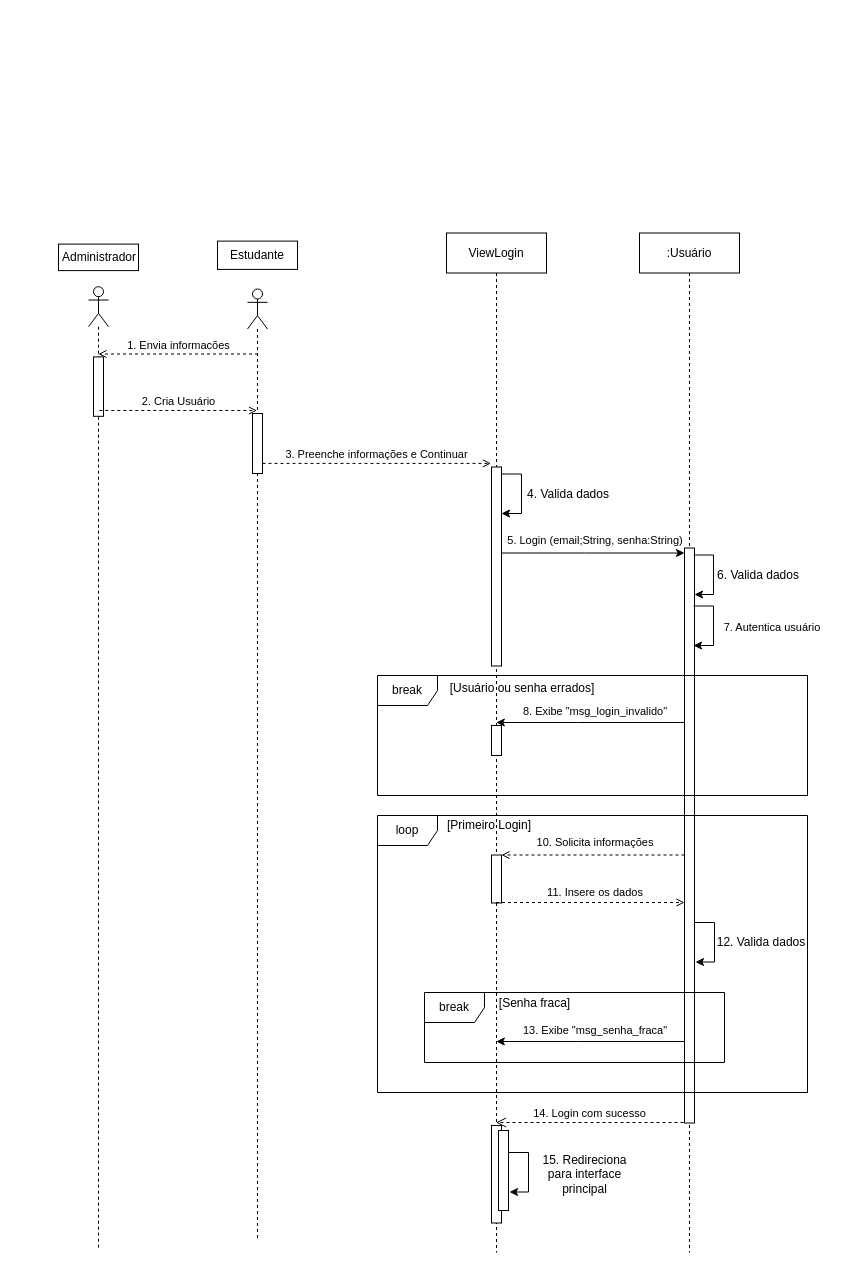
Above: DiagramaSequencia.drawio in augustorazani/QENEM-UML-Diagram (draw.io), before the change. Source tidied: cells renumbered, new cells numbered last; positions are measured from the earlier drawing's top-left corner, leaving out a move shared by most shapes. Both pictures are drawn from the tidied source at 100%, with x=0, y=0 at pixel (58, 135).
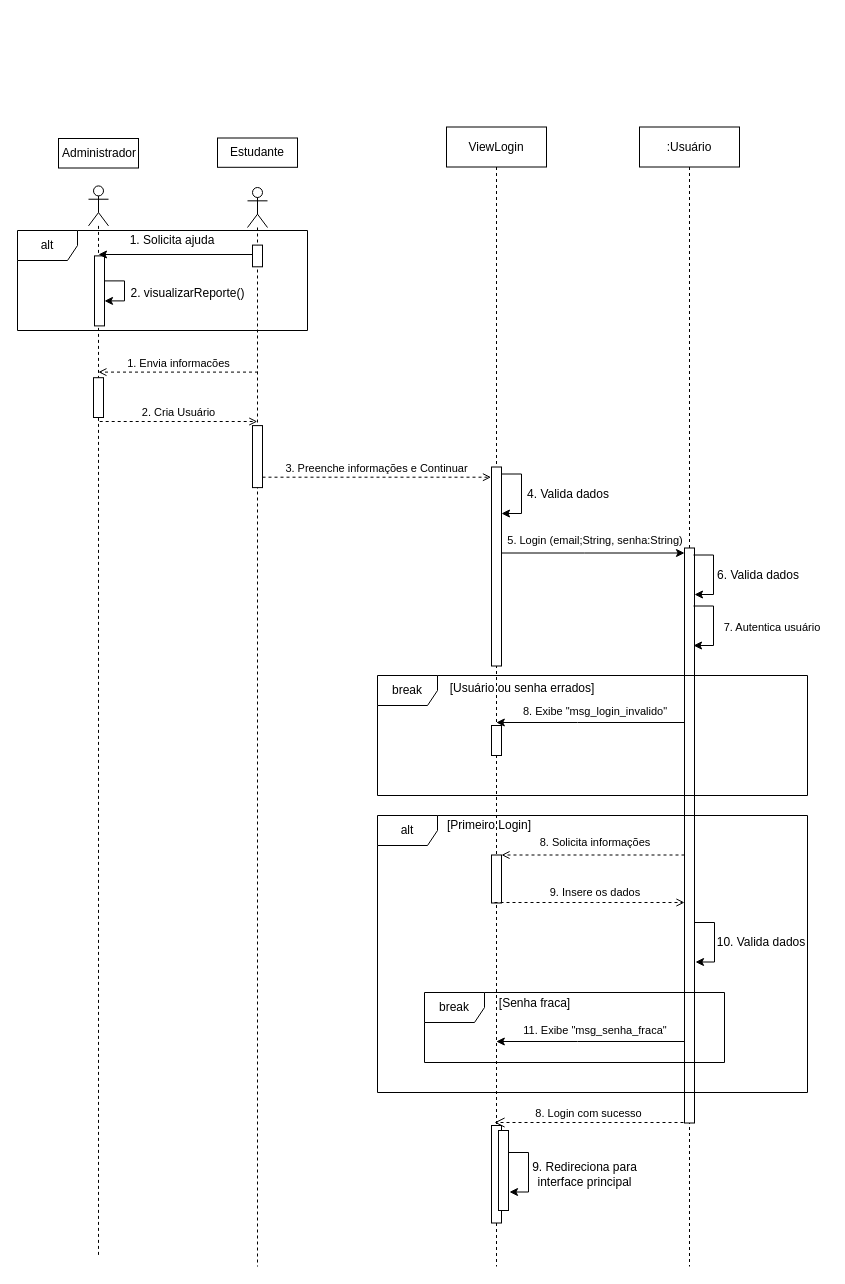
After the change.

Diff of the diagram source:
```diff
@@
     <mxCell id="2" style="group;" parent="1" vertex="1">
-      <mxGeometry x="9" width="80" height="1057" as="geometry" />
+      <mxGeometry x="9" y="-118" width="191" height="1177" as="geometry" />
     </mxCell>
     <mxCell id="3" style="rounded=0;whiteSpace=wrap;html=1;" parent="2" vertex="1">
-      <mxGeometry x="-9" y="108.6" width="80" height="26.5" as="geometry" />
+      <mxGeometry x="-9" y="121" width="80" height="29.5" as="geometry" />
     </mxCell>
     <mxCell id="4" style="shape=umlLifeline;perimeter=lifelinePerimeter;whiteSpace=wrap;html=1;newEdgeStyle={&quot;curved&quot;:0,&quot;rounded&quot;:0};participant=umlActor;" parent="2" vertex="1">
-      <mxGeometry x="21" y="151.2" width="20" height="960.9" as="geometry" />
+      <mxGeometry x="21" y="168.4" width="20" height="1070" as="geometry" />
     </mxCell>
+    <mxCell id="51" style="html=1;points=[[0,0,0,0,5],[0,1,0,0,-5],[1,0,0,0,5],[1,1,0,0,-5]];perimeter=orthogonalPerimeter;outlineConnect=0;targetShapes=umlLifeline;portConstraint=eastwest;newEdgeStyle={&quot;curved&quot;:0,&quot;rounded&quot;:0};" parent="4" vertex="1">
+      <mxGeometry x="6" y="70" width="10" height="70" as="geometry" />
+    </mxCell>
+    <mxCell id="52" style="edgeStyle=orthogonalEdgeStyle;rounded=0;orthogonalLoop=1;jettySize=auto;html=1;curved=0;" parent="4" edge="1" source="51" target="51">
+      <mxGeometry relative="1" as="geometry" />
+    </mxCell>
     <mxCell id="5" value="Administrador" style="text;html=1;align=center;verticalAlign=middle;whiteSpace=wrap;rounded=0;" parent="2" vertex="1">
-      <mxGeometry x="-8" y="73.8" width="80" height="96.1" as="geometry" />
+      <mxGeometry x="-8" y="82.2" width="80" height="107" as="geometry" />
     </mxCell>
     <mxCell id="6" style="html=1;perimeter=orthogonalPerimeter;targetShapes=umlLifeline;newEdgeStyle={&quot;curved&quot;:0,&quot;rounded&quot;:0};" parent="2" vertex="1">
-      <mxGeometry x="26" y="221.4" width="10" height="59.4" as="geometry" />
+      <mxGeometry x="26" y="360.2" width="10" height="39.8" as="geometry" />
     </mxCell>
+    <mxCell id="53" value="1. Solicita ajuda" style="text;html=1;align=center;verticalAlign=middle;whiteSpace=wrap;rounded=0;" parent="2" vertex="1">
+      <mxGeometry x="60" y="206.5" width="90" height="33.4" as="geometry" />
+    </mxCell>
+    <mxCell id="54" value="2. visualizarReporte()" style="text;html=1;align=center;verticalAlign=middle;whiteSpace=wrap;rounded=0;" parent="2" vertex="1">
+      <mxGeometry x="61" y="259.6" width="119" height="33.4" as="geometry" />
+    </mxCell>
+    <mxCell id="47" value="2. Cria Usuário" style="html=1;verticalAlign=bottom;endArrow=open;curved=0;rounded=0;dashed=1;endFill=0;" parent="2" edge="1">
+      <mxGeometry relative="1" as="geometry">
+        <mxPoint x="32.2" y="404" as="sourcePoint" />
+        <mxPoint x="189.8" y="404" as="targetPoint" />
+      </mxGeometry>
+    </mxCell>
     <mxCell id="7" style="group;" parent="1" vertex="1">
-      <mxGeometry x="164" y="18" width="80" height="1052" as="geometry" />
+      <mxGeometry x="164" y="-88" width="80" height="1219" as="geometry" />
     </mxCell>
     <mxCell id="8" style="shape=umlLifeline;perimeter=lifelinePerimeter;whiteSpace=wrap;html=1;newEdgeStyle={&quot;curved&quot;:0,&quot;rounded&quot;:0};participant=umlActor;" parent="7" vertex="1">
-      <mxGeometry x="25" y="135.5" width="20" height="950.6" as="geometry" />
+      <mxGeometry x="25" y="140" width="20" height="1079" as="geometry" />
     </mxCell>
     <mxCell id="9" value="3. Preenche informações e Continuar" style="html=1;verticalAlign=bottom;endArrow=open;curved=0;rounded=0;dashed=1;endFill=0;" parent="7" edge="1">
       <mxGeometry relative="1" as="geometry">
-        <mxPoint x="40" y="309.9" as="sourcePoint" />
-        <mxPoint x="268.5" y="309.9" as="targetPoint" />
+        <mxPoint x="40" y="429.7" as="sourcePoint" />
+        <mxPoint x="268.5" y="429.7" as="targetPoint" />
       </mxGeometry>
     </mxCell>
     <mxCell id="10" value="1. Envia informacões" style="html=1;verticalAlign=bottom;endArrow=open;curved=0;rounded=0;dashed=1;endFill=0;" parent="7" edge="1">
       <mxGeometry relative="1" as="geometry">
-        <mxPoint x="35.5" y="200.5" as="sourcePoint" />
-        <mxPoint x="-124.1" y="200.5" as="targetPoint" />
+        <mxPoint x="35.5" y="324.6" as="sourcePoint" />
+        <mxPoint x="-124.1" y="324.6" as="targetPoint" />
       </mxGeometry>
     </mxCell>
     <mxCell id="11" style="group;" parent="7" vertex="1">
-      <mxGeometry x="-5" y="66.5" width="80" height="70.5" as="geometry" />
+      <mxGeometry x="-5" y="68.7" width="80" height="72.8" as="geometry" />
     </mxCell>
     <mxCell id="12" style="rounded=0;whiteSpace=wrap;html=1;" parent="11" vertex="1">
-      <mxGeometry y="21.1" width="80" height="28.3" as="geometry" />
+      <mxGeometry y="21.8" width="80" height="29.3" as="geometry" />
     </mxCell>
     <mxCell id="13" value="Estudante" style="text;html=1;align=center;verticalAlign=middle;whiteSpace=wrap;rounded=0;" parent="11" vertex="1">
-      <mxGeometry width="80" height="70.5" as="geometry" />
+      <mxGeometry width="80" height="72.8" as="geometry" />
     </mxCell>
     <mxCell id="14" style="html=1;perimeter=orthogonalPerimeter;targetShapes=umlLifeline;newEdgeStyle={&quot;curved&quot;:0,&quot;rounded&quot;:0};" parent="7" vertex="1">
-      <mxGeometry x="30" y="260" width="10" height="60" as="geometry" />
+      <mxGeometry x="30" y="378.1" width="10" height="62" as="geometry" />
     </mxCell>
+    <mxCell id="55" style="html=1;perimeter=orthogonalPerimeter;targetShapes=umlLifeline;newEdgeStyle={&quot;curved&quot;:0,&quot;rounded&quot;:0};" parent="7" vertex="1">
+      <mxGeometry x="30" y="197.6" width="10" height="21.7" as="geometry" />
+    </mxCell>
@@
     <mxCell id="16" value=":Usuário" style="shape=umlLifeline;perimeter=lifelinePerimeter;whiteSpace=wrap;html=1;newEdgeStyle={&quot;curved&quot;:0,&quot;rounded&quot;:0};" parent="1" vertex="1">
-      <mxGeometry x="581" y="97.5" width="100" height="1019.5" as="geometry" />
+      <mxGeometry x="581" y="-8.5" width="100" height="1139.5" as="geometry" />
     </mxCell>
     <mxCell id="17" style="html=1;points=[[0,0,0,0,5],[0,1,0,0,-5],[1,0,0,0,5],[1,1,0,0,-5]];perimeter=orthogonalPerimeter;outlineConnect=0;targetShapes=umlLifeline;portConstraint=eastwest;newEdgeStyle={&quot;curved&quot;:0,&quot;rounded&quot;:0};" parent="16" vertex="1">
-      <mxGeometry x="45" y="315" width="10" height="575" as="geometry" />
+      <mxGeometry x="45" y="421" width="10" height="575" as="geometry" />
     </mxCell>
@@
     <mxCell id="22" value="ViewLogin" style="shape=umlLifeline;perimeter=lifelinePerimeter;whiteSpace=wrap;html=1;outlineConnect=0;portConstraint=eastwest;newEdgeStyle={&quot;curved&quot;:0,&quot;rounded&quot;:0};" parent="1" vertex="1">
-      <mxGeometry x="388" y="97.5" width="100" height="1019.5" as="geometry" />
+      <mxGeometry x="388" y="-8.5" width="100" height="1139.5" as="geometry" />
     </mxCell>
     <mxCell id="23" style="html=1;points=[[0,0,0,0,5],[0,1,0,0,-5],[1,0,0,0,5],[1,1,0,0,-5]];perimeter=orthogonalPerimeter;outlineConnect=0;targetShapes=umlLifeline;portConstraint=eastwest;newEdgeStyle={&quot;curved&quot;:0,&quot;rounded&quot;:0};" parent="22" vertex="1">
-      <mxGeometry x="45" y="234" width="10" height="199" as="geometry" />
+      <mxGeometry x="45" y="340" width="10" height="199" as="geometry" />
     </mxCell>
     <mxCell id="24" style="html=1;points=[[0,0,0,0,5],[0,1,0,0,-5],[1,0,0,0,5],[1,1,0,0,-5]];perimeter=orthogonalPerimeter;outlineConnect=0;targetShapes=umlLifeline;portConstraint=eastwest;newEdgeStyle={&quot;curved&quot;:0,&quot;rounded&quot;:0};" parent="22" vertex="1">
-      <mxGeometry x="45" y="622" width="10" height="48" as="geometry" />
+      <mxGeometry x="45" y="728" width="10" height="48" as="geometry" />
     </mxCell>
     <mxCell id="25" style="html=1;perimeter=orthogonalPerimeter;targetShapes=umlLifeline;newEdgeStyle={&quot;curved&quot;:0,&quot;rounded&quot;:0};" parent="22" vertex="1">
-      <mxGeometry x="45" y="892.5" width="10" height="97.5" as="geometry" />
+      <mxGeometry x="45" y="998.5" width="10" height="97.5" as="geometry" />
     </mxCell>
     <mxCell id="26" style="html=1;perimeter=orthogonalPerimeter;targetShapes=umlLifeline;newEdgeStyle={&quot;curved&quot;:0,&quot;rounded&quot;:0};" parent="22" vertex="1">
-      <mxGeometry x="52" y="897.5" width="10" height="80" as="geometry" />
+      <mxGeometry x="52" y="1003.5" width="10" height="80" as="geometry" />
     </mxCell>
@@
-    <mxCell id="30" value="&lt;span style=&quot;font-size: 11px; text-wrap-mode: nowrap; background-color: rgb(255, 255, 255);&quot;&gt;10. Solicita informações&lt;/span&gt;" style="text;html=1;align=center;verticalAlign=middle;whiteSpace=wrap;rounded=0;" parent="1" vertex="1">
+    <mxCell id="30" value="&lt;span style=&quot;font-size: 11px; text-wrap-mode: nowrap; background-color: rgb(255, 255, 255);&quot;&gt;8. Solicita informações&lt;/span&gt;" style="text;html=1;align=center;verticalAlign=middle;whiteSpace=wrap;rounded=0;" parent="1" vertex="1">
       <mxGeometry x="482" y="697" width="110" height="20" as="geometry" />
     </mxCell>
@@
-    <mxCell id="36" value="loop" style="shape=umlFrame;whiteSpace=wrap;html=1;" parent="1" vertex="1">
+    <mxCell id="36" value="alt" style="shape=umlFrame;whiteSpace=wrap;html=1;" parent="1" vertex="1">
       <mxGeometry x="319" y="680" width="430" height="277" as="geometry" />
     </mxCell>
@@
-    <mxCell id="39" style="endArrow=open;html=1;rounded=0;dashed=1;endFill=0;" parent="1" edge="1" source="22" target="17">
+    <mxCell id="39" style="endArrow=open;html=1;rounded=0;dashed=1;endFill=0;" parent="1" edge="1" target="17">
       <mxGeometry relative="1" as="geometry">
+        <mxPoint x="436" y="767" as="sourcePoint" />
         <Array as="points">
           <mxPoint x="539" y="767" />
         </Array>
       </mxGeometry>
     </mxCell>
-    <mxCell id="40" value="&lt;span style=&quot;font-size: 11px; text-wrap-mode: nowrap; background-color: rgb(255, 255, 255);&quot;&gt;11. Insere os dados&lt;/span&gt;" style="text;html=1;align=center;verticalAlign=middle;whiteSpace=wrap;rounded=0;" parent="1" vertex="1">
+    <mxCell id="40" value="&lt;span style=&quot;font-size: 11px; text-wrap-mode: nowrap; background-color: rgb(255, 255, 255);&quot;&gt;9. Insere os dados&lt;/span&gt;" style="text;html=1;align=center;verticalAlign=middle;whiteSpace=wrap;rounded=0;" parent="1" vertex="1">
       <mxGeometry x="482" y="747" width="110" height="20" as="geometry" />
     </mxCell>
-    <mxCell id="41" value="12. Valida dados" style="text;html=1;align=center;verticalAlign=middle;whiteSpace=wrap;rounded=0;" parent="1" vertex="1">
+    <mxCell id="41" value="10. Valida dados" style="text;html=1;align=center;verticalAlign=middle;whiteSpace=wrap;rounded=0;" parent="1" vertex="1">
       <mxGeometry x="657" y="792" width="92" height="30" as="geometry" />
     </mxCell>
@@
-    <mxCell id="45" value="&lt;span style=&quot;font-size: 11px; text-wrap-mode: nowrap; background-color: rgb(255, 255, 255);&quot;&gt;13. Exibe &quot;msg_senha_fraca&quot;&lt;/span&gt;" style="text;html=1;align=center;verticalAlign=middle;whiteSpace=wrap;rounded=0;" parent="1" vertex="1">
+    <mxCell id="45" value="&lt;span style=&quot;font-size: 11px; text-wrap-mode: nowrap; background-color: rgb(255, 255, 255);&quot;&gt;11. Exibe &quot;msg_senha_fraca&quot;&lt;/span&gt;" style="text;html=1;align=center;verticalAlign=middle;whiteSpace=wrap;rounded=0;" parent="1" vertex="1">
       <mxGeometry x="449" y="880" width="176" height="30" as="geometry" />
     </mxCell>
@@
-    <mxCell id="47" value="2. Cria Usuário" style="html=1;verticalAlign=bottom;endArrow=open;curved=0;rounded=0;dashed=1;endFill=0;" parent="1" edge="1">
-      <mxGeometry relative="1" as="geometry">
-        <mxPoint x="40.8" y="275" as="sourcePoint" />
-        <mxPoint x="198.5" y="275" as="targetPoint" />
-      </mxGeometry>
-    </mxCell>
-    <mxCell id="48" value="14. Login com sucesso" style="html=1;verticalAlign=bottom;endArrow=open;dashed=1;endSize=8;curved=0;rounded=0;" parent="1" edge="1" target="22">
+    <mxCell id="48" value="8. Login com sucesso" style="html=1;verticalAlign=bottom;endArrow=open;dashed=1;endSize=8;curved=0;rounded=0;" parent="1" edge="1">
       <mxGeometry relative="1" as="geometry">
         <mxPoint x="625" y="987" as="sourcePoint" />
+        <mxPoint x="436" y="987" as="targetPoint" />
       </mxGeometry>
     </mxCell>
-    <mxCell id="49" value="15. Redireciona para interface principal" style="text;html=1;align=center;verticalAlign=middle;whiteSpace=wrap;rounded=0;" parent="1" vertex="1">
+    <mxCell id="49" value="9. Redireciona para interface principal" style="text;html=1;align=center;verticalAlign=middle;whiteSpace=wrap;rounded=0;" parent="1" vertex="1">
       <mxGeometry x="472" y="1016" width="109" height="45" as="geometry" />
     </mxCell>
@@
+    <mxCell id="56" value="alt" style="shape=umlFrame;whiteSpace=wrap;html=1;" parent="1" vertex="1">
+      <mxGeometry x="-41" y="95" width="290" height="100" as="geometry" />
+    </mxCell>
+    <mxCell id="57" style="endArrow=classic;html=1;rounded=0;exitX=0;exitY=1;exitDx=0;exitDy=-5;exitPerimeter=0;" parent="1" edge="1">
+      <mxGeometry relative="1" as="geometry">
+        <mxPoint x="194" y="119" as="sourcePoint" />
+        <mxPoint x="40" y="119" as="targetPoint" />
+      </mxGeometry>
+    </mxCell>
```
